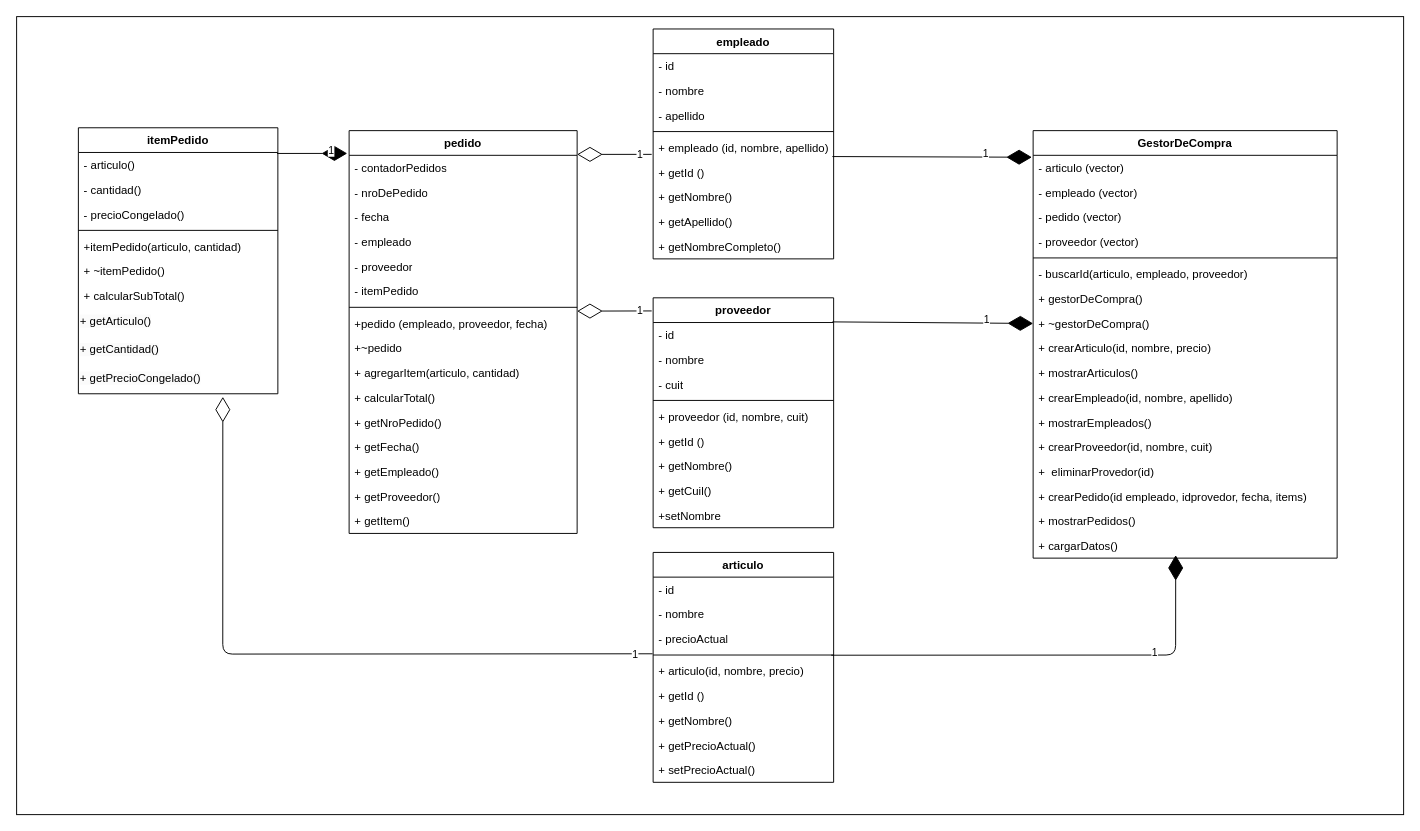
This is itemUML.drawio from FernandezPegoRocio/Algo-II-Parcial2, a draw.io file, before an edit. Source tidied: cells renumbered, new cells numbered last; positions are measured from the earlier drawing's top-left corner, leaving out a move shared by most shapes. Both pictures are drawn from the tidied source at 95%, with x=0, y=0 at pixel (16, 16).
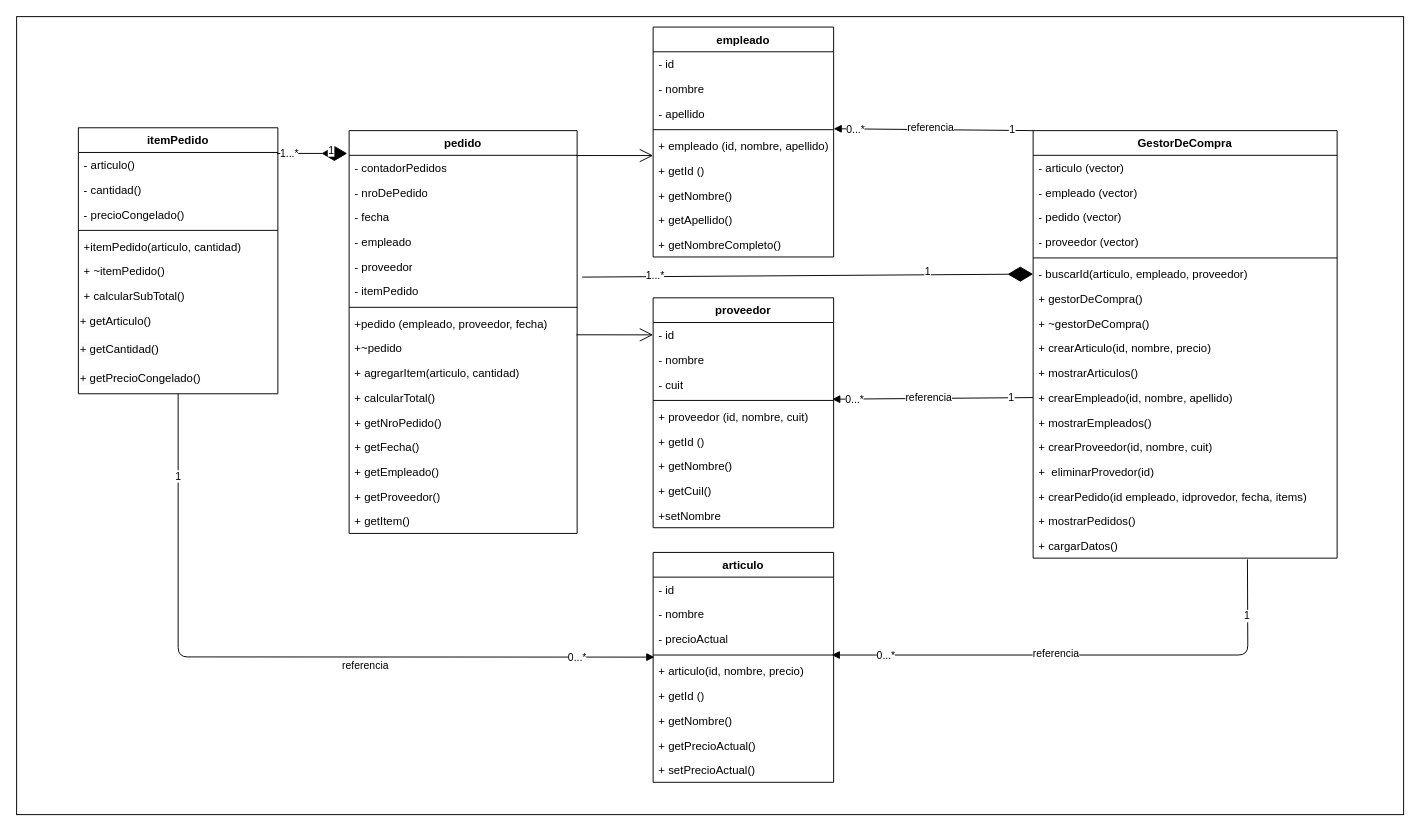
Above is the later version.

The change refers to these unchanged cells:
```xml
<mxCell id="3" value="GestorDeCompra" style="swimlane;fontStyle=1;align=center;verticalAlign=top;horizontal=1;startSize=26;whiteSpace=wrap;html=1;" parent="1" vertex="1">
  <mxGeometry x="1070" y="120" width="320" height="450" as="geometry" />
</mxCell>
<mxCell id="4" value="- articulo (vector)&lt;div&gt;&lt;br&gt;&lt;/div&gt;" style="text;strokeColor=none;fillColor=none;align=left;verticalAlign=top;spacingLeft=4;spacingRight=4;overflow=hidden;points=[[0,0.5],[1,0.5]];portConstraint=eastwest;whiteSpace=wrap;html=1;" parent="3" vertex="1">
  <mxGeometry y="26" width="320" height="26" as="geometry" />
</mxCell>
<mxCell id="9" value="&lt;div&gt;- buscarId(articulo, empleado, proveedor)&lt;/div&gt;" style="text;strokeColor=none;fillColor=none;align=left;verticalAlign=top;spacingLeft=4;spacingRight=4;overflow=hidden;points=[[0,0.5],[1,0.5]];portConstraint=eastwest;whiteSpace=wrap;html=1;" parent="3" vertex="1">
  <mxGeometry y="138" width="320" height="26" as="geometry" />
</mxCell>
<mxCell id="11" value="&lt;div&gt;+ ~gestorDeCompra()&lt;/div&gt;" style="text;strokeColor=none;fillColor=none;align=left;verticalAlign=top;spacingLeft=4;spacingRight=4;overflow=hidden;points=[[0,0.5],[1,0.5]];portConstraint=eastwest;whiteSpace=wrap;html=1;" parent="3" vertex="1">
  <mxGeometry y="190" width="320" height="26" as="geometry" />
</mxCell>
<mxCell id="14" value="&lt;div&gt;+ crearEmpleado(id, nombre, apellido)&lt;/div&gt;" style="text;strokeColor=none;fillColor=none;align=left;verticalAlign=top;spacingLeft=4;spacingRight=4;overflow=hidden;points=[[0,0.5],[1,0.5]];portConstraint=eastwest;whiteSpace=wrap;html=1;" parent="3" vertex="1">
  <mxGeometry y="268" width="320" height="26" as="geometry" />
</mxCell>
<mxCell id="20" value="&lt;div&gt;+ cargarDatos()&lt;/div&gt;" style="text;strokeColor=none;fillColor=none;align=left;verticalAlign=top;spacingLeft=4;spacingRight=4;overflow=hidden;points=[[0,0.5],[1,0.5]];portConstraint=eastwest;whiteSpace=wrap;html=1;" parent="3" vertex="1">
  <mxGeometry y="424" width="320" height="26" as="geometry" />
</mxCell>
<mxCell id="31" value="&lt;span style=&quot;color: rgb(0, 0, 0); font-family: Helvetica; font-size: 12px; font-style: normal; font-variant-ligatures: normal; font-variant-caps: normal; font-weight: 400; letter-spacing: normal; orphans: 2; text-align: left; text-indent: 0px; text-transform: none; widows: 2; word-spacing: 0px; -webkit-text-stroke-width: 0px; white-space: normal; background-color: rgb(251, 251, 251); text-decoration-thickness: initial; text-decoration-style: initial; text-decoration-color: initial; float: none; display: inline !important;&quot;&gt;+ getPrecioCongelado()&lt;/span&gt;" style="text;whiteSpace=wrap;html=1;" parent="21" vertex="1">
  <mxGeometry y="250" width="210" height="30" as="geometry" />
</mxCell>
<mxCell id="37" value="+ empleado (id, nombre, apellido)" style="text;strokeColor=none;fillColor=none;align=left;verticalAlign=top;spacingLeft=4;spacingRight=4;overflow=hidden;points=[[0,0.5],[1,0.5]];portConstraint=eastwest;whiteSpace=wrap;html=1;" parent="32" vertex="1">
  <mxGeometry y="112" width="190" height="26" as="geometry" />
</mxCell>
<mxCell id="42" value="proveedor" style="swimlane;fontStyle=1;align=center;verticalAlign=top;horizontal=1;startSize=26;whiteSpace=wrap;html=1;" parent="1" vertex="1">
  <mxGeometry x="670" y="296" width="190" height="242" as="geometry" />
</mxCell>
<mxCell id="43" value="&lt;div&gt;- id&lt;/div&gt;" style="text;strokeColor=none;fillColor=none;align=left;verticalAlign=top;spacingLeft=4;spacingRight=4;overflow=hidden;points=[[0,0.5],[1,0.5]];portConstraint=eastwest;whiteSpace=wrap;html=1;" parent="42" vertex="1">
  <mxGeometry y="26" width="190" height="26" as="geometry" />
</mxCell>
<mxCell id="46" style="line;strokeWidth=1;fillColor=none;align=left;verticalAlign=middle;spacingTop=-1;spacingLeft=3;spacingRight=3;labelPosition=right;points=[];portConstraint=eastwest;strokeColor=inherit;" parent="42" vertex="1">
  <mxGeometry y="104" width="190" height="8" as="geometry" />
</mxCell>
<mxCell id="53" value="&lt;div&gt;- contadorPedidos&lt;/div&gt;" style="text;strokeColor=none;fillColor=none;align=left;verticalAlign=top;spacingLeft=4;spacingRight=4;overflow=hidden;points=[[0,0.5],[1,0.5]];portConstraint=eastwest;whiteSpace=wrap;html=1;" parent="52" vertex="1">
  <mxGeometry y="26" width="240" height="26" as="geometry" />
</mxCell>
<mxCell id="57" value="&lt;div&gt;- proveedor&lt;/div&gt;" style="text;strokeColor=none;fillColor=none;align=left;verticalAlign=top;spacingLeft=4;spacingRight=4;overflow=hidden;points=[[0,0.5],[1,0.5]];portConstraint=eastwest;whiteSpace=wrap;html=1;" parent="52" vertex="1">
  <mxGeometry y="130" width="240" height="26" as="geometry" />
</mxCell>
<mxCell id="59" style="line;strokeWidth=1;fillColor=none;align=left;verticalAlign=middle;spacingTop=-1;spacingLeft=3;spacingRight=3;labelPosition=right;points=[];portConstraint=eastwest;strokeColor=inherit;" parent="52" vertex="1">
  <mxGeometry y="182" width="240" height="8" as="geometry" />
</mxCell>
<mxCell id="60" value="&lt;div&gt;+pedido (empleado, proveedor, fecha)&lt;/div&gt;" style="text;strokeColor=none;fillColor=none;align=left;verticalAlign=top;spacingLeft=4;spacingRight=4;overflow=hidden;points=[[0,0.5],[1,0.5]];portConstraint=eastwest;whiteSpace=wrap;html=1;" parent="52" vertex="1">
  <mxGeometry y="190" width="240" height="26" as="geometry" />
</mxCell>
<mxCell id="72" value="- precioActual" style="text;strokeColor=none;fillColor=none;align=left;verticalAlign=top;spacingLeft=4;spacingRight=4;overflow=hidden;points=[[0,0.5],[1,0.5]];portConstraint=eastwest;whiteSpace=wrap;html=1;" parent="69" vertex="1">
  <mxGeometry y="78" width="190" height="26" as="geometry" />
</mxCell>
<mxCell id="74" value="+ articulo(id, nombre, precio)" style="text;strokeColor=none;fillColor=none;align=left;verticalAlign=top;spacingLeft=4;spacingRight=4;overflow=hidden;points=[[0,0.5],[1,0.5]];portConstraint=eastwest;whiteSpace=wrap;html=1;" parent="69" vertex="1">
  <mxGeometry y="112" width="190" height="26" as="geometry" />
</mxCell>
<mxCell id="91" style="endArrow=diamondThin;endFill=1;endSize=24;html=1;exitX=0.996;exitY=0.04;exitDx=0;exitDy=0;exitPerimeter=0;" parent="1" edge="1" source="22">
  <mxGeometry relative="1" as="geometry">
    <mxPoint x="348" y="144" as="targetPoint" />
  </mxGeometry>
</mxCell>
```

Diff of the diagram source:
```diff
@@
     <mxCell id="32" value="empleado" style="swimlane;fontStyle=1;align=center;verticalAlign=top;horizontal=1;startSize=26;whiteSpace=wrap;html=1;" parent="1" vertex="1">
-      <mxGeometry x="670" y="13" width="190" height="242" as="geometry" />
+      <mxGeometry x="670" y="11" width="190" height="242" as="geometry" />
     </mxCell>
@@
-    <mxCell id="79" style="endArrow=diamondThin;endFill=1;endSize=24;html=1;exitX=0.993;exitY=1.013;exitDx=0;exitDy=0;exitPerimeter=0;entryX=-0.004;entryY=0.077;entryDx=0;entryDy=0;entryPerimeter=0;" parent="1" edge="1" target="4">
-      <mxGeometry relative="1" as="geometry">
-        <mxPoint x="858.7" y="147.3" as="sourcePoint" />
-      </mxGeometry>
-    </mxCell>
-    <mxCell id="80" value="1" style="edgeLabel;html=1;align=center;verticalAlign=middle;" parent="79" vertex="1">
-      <mxGeometry x="0.53" y="4" relative="1" as="geometry" />
-    </mxCell>
-    <mxCell id="81" style="endArrow=diamondThin;endFill=1;endSize=24;html=1;exitX=0.993;exitY=-0.026;exitDx=0;exitDy=0;exitPerimeter=0;entryX=0;entryY=0.5;entryDx=0;entryDy=0;" parent="1" edge="1" source="43" target="11">
-      <mxGeometry relative="1" as="geometry" />
-    </mxCell>
-    <mxCell id="82" value="1" style="edgeLabel;html=1;align=center;verticalAlign=middle;" parent="81" vertex="1">
-      <mxGeometry x="0.53" y="4" relative="1" as="geometry" />
-    </mxCell>
-    <mxCell id="83" style="endArrow=diamondThin;endFill=1;endSize=24;html=1;exitX=0.987;exitY=0.278;exitDx=0;exitDy=0;exitPerimeter=0;entryX=0.469;entryY=0.879;entryDx=0;entryDy=0;entryPerimeter=0;" parent="1" edge="1" target="20">
-      <mxGeometry relative="1" as="geometry">
-        <mxPoint x="857.5" y="672.2" as="sourcePoint" />
-        <Array as="points">
-          <mxPoint x="1220" y="672" />
-        </Array>
-      </mxGeometry>
-    </mxCell>
-    <mxCell id="84" value="1" style="edgeLabel;html=1;align=center;verticalAlign=middle;" parent="83" vertex="1">
-      <mxGeometry x="0.53" y="4" relative="1" as="geometry">
-        <mxPoint x="-18" as="offset" />
-      </mxGeometry>
-    </mxCell>
-    <mxCell id="85" style="endArrow=diamondThin;endFill=0;endSize=24;html=1;exitX=-0.008;exitY=0.769;exitDx=0;exitDy=0;exitPerimeter=0;" parent="1" edge="1" source="37">
-      <mxGeometry relative="1" as="geometry">
-        <mxPoint x="590" y="145" as="targetPoint" />
-      </mxGeometry>
-    </mxCell>
-    <mxCell id="86" value="1" style="edgeLabel;html=1;align=center;verticalAlign=middle;" parent="85" vertex="1">
-      <mxGeometry x="-0.68" relative="1" as="geometry" />
-    </mxCell>
-    <mxCell id="87" style="endArrow=diamondThin;endFill=0;endSize=24;html=1;exitX=-0.008;exitY=0.057;exitDx=0;exitDy=0;exitPerimeter=0;entryX=1;entryY=1;entryDx=0;entryDy=0;entryPerimeter=0;" parent="1" edge="1" source="42" target="59">
-      <mxGeometry relative="1" as="geometry" />
-    </mxCell>
-    <mxCell id="88" value="1" style="edgeLabel;html=1;align=center;verticalAlign=middle;" parent="87" vertex="1">
-      <mxGeometry x="-0.68" relative="1" as="geometry" />
-    </mxCell>
-    <mxCell id="89" style="endArrow=diamondThin;endFill=0;endSize=24;html=1;entryX=0.724;entryY=1.108;entryDx=0;entryDy=0;entryPerimeter=0;exitX=-0.003;exitY=1.104;exitDx=0;exitDy=0;exitPerimeter=0;" parent="1" edge="1" source="72" target="31">
-      <mxGeometry relative="1" as="geometry">
-        <Array as="points">
-          <mxPoint x="217" y="671" />
-        </Array>
-      </mxGeometry>
-    </mxCell>
-    <mxCell id="90" value="1" style="edgeLabel;html=1;align=center;verticalAlign=middle;" parent="89" vertex="1">
-      <mxGeometry x="0.24" relative="1" as="geometry">
-        <mxPoint x="429" y="1" as="offset" />
-      </mxGeometry>
-    </mxCell>
@@
+    <mxCell id="93" value="1...*" style="edgeLabel;html=1;align=center;verticalAlign=middle;" parent="91" vertex="1">
+      <mxGeometry x="-0.68" y="1" relative="1" as="geometry" />
+    </mxCell>
+    <mxCell id="94" style="html=1;verticalAlign=bottom;labelBackgroundColor=none;endArrow=block;endFill=1;entryX=0.992;entryY=0.34;entryDx=0;entryDy=0;entryPerimeter=0;exitX=0;exitY=0.5;exitDx=0;exitDy=0;" parent="1" edge="1" source="14" target="46">
+      <mxGeometry relative="1" as="geometry" />
+    </mxCell>
+    <mxCell id="95" value="1" style="edgeLabel;html=1;align=center;verticalAlign=middle;" parent="94" vertex="1">
+      <mxGeometry x="-0.78" y="-1" relative="1" as="geometry" />
+    </mxCell>
+    <mxCell id="96" value="0...*" style="edgeLabel;html=1;align=center;verticalAlign=middle;" parent="94" vertex="1">
+      <mxGeometry x="0.79" relative="1" as="geometry" />
+    </mxCell>
+    <mxCell id="97" value="referencia" style="edgeLabel;html=1;align=center;verticalAlign=middle;" parent="94" vertex="1">
+      <mxGeometry x="0.18" y="-5" relative="1" as="geometry">
+        <mxPoint x="15" y="3" as="offset" />
+      </mxGeometry>
+    </mxCell>
+    <mxCell id="98" style="html=1;verticalAlign=bottom;labelBackgroundColor=none;endArrow=block;endFill=1;exitX=0;exitY=0;exitDx=0;exitDy=0;" parent="1" edge="1" source="3">
+      <mxGeometry relative="1" as="geometry">
+        <mxPoint x="860" y="118" as="targetPoint" />
+      </mxGeometry>
+    </mxCell>
+    <mxCell id="99" value="1" style="edgeLabel;html=1;align=center;verticalAlign=middle;" parent="98" vertex="1">
+      <mxGeometry x="-0.78" y="-1" relative="1" as="geometry" />
+    </mxCell>
+    <mxCell id="100" value="0...*" style="edgeLabel;html=1;align=center;verticalAlign=middle;" parent="98" vertex="1">
+      <mxGeometry x="0.79" relative="1" as="geometry" />
+    </mxCell>
+    <mxCell id="101" value="referencia" style="edgeLabel;html=1;align=center;verticalAlign=middle;" parent="98" vertex="1">
+      <mxGeometry x="0.18" y="-5" relative="1" as="geometry">
+        <mxPoint x="15" y="3" as="offset" />
+      </mxGeometry>
+    </mxCell>
+    <mxCell id="102" style="html=1;verticalAlign=bottom;labelBackgroundColor=none;endArrow=block;endFill=1;entryX=0.992;entryY=0.34;entryDx=0;entryDy=0;entryPerimeter=0;exitX=0.705;exitY=1.052;exitDx=0;exitDy=0;exitPerimeter=0;" parent="1" edge="1" source="20">
+      <mxGeometry relative="1" as="geometry">
+        <mxPoint x="858" y="672" as="targetPoint" />
+        <Array as="points">
+          <mxPoint x="1296" y="672" />
+        </Array>
+      </mxGeometry>
+    </mxCell>
+    <mxCell id="103" value="1" style="edgeLabel;html=1;align=center;verticalAlign=middle;" parent="102" vertex="1">
+      <mxGeometry x="-0.78" y="-1" relative="1" as="geometry" />
+    </mxCell>
+    <mxCell id="104" value="0...*" style="edgeLabel;html=1;align=center;verticalAlign=middle;" parent="102" vertex="1">
+      <mxGeometry x="0.79" relative="1" as="geometry" />
+    </mxCell>
+    <mxCell id="105" value="referencia" style="edgeLabel;html=1;align=center;verticalAlign=middle;" parent="102" vertex="1">
+      <mxGeometry x="0.18" y="-5" relative="1" as="geometry">
+        <mxPoint x="15" y="3" as="offset" />
+      </mxGeometry>
+    </mxCell>
+    <mxCell id="106" style="endArrow=diamondThin;endFill=1;endSize=24;html=1;exitX=1.022;exitY=0.931;exitDx=0;exitDy=0;exitPerimeter=0;entryX=0;entryY=0.5;entryDx=0;entryDy=0;" parent="1" edge="1" source="57" target="9">
+      <mxGeometry relative="1" as="geometry" />
+    </mxCell>
+    <mxCell id="107" value="1" style="edgeLabel;html=1;align=center;verticalAlign=middle;" parent="106" vertex="1">
+      <mxGeometry x="0.53" y="4" relative="1" as="geometry" />
+    </mxCell>
+    <mxCell id="108" value="1...*" style="edgeLabel;html=1;align=center;verticalAlign=middle;" parent="106" vertex="1">
+      <mxGeometry x="-0.68" y="1" relative="1" as="geometry" />
+    </mxCell>
+    <mxCell id="109" style="html=1;verticalAlign=bottom;labelBackgroundColor=none;endArrow=block;endFill=1;entryX=0.007;entryY=-0.069;entryDx=0;entryDy=0;entryPerimeter=0;exitX=0.5;exitY=1;exitDx=0;exitDy=0;" parent="1" edge="1" source="31" target="74">
+      <mxGeometry relative="1" as="geometry">
+        <Array as="points">
+          <mxPoint x="170" y="674" />
+        </Array>
+      </mxGeometry>
+    </mxCell>
+    <mxCell id="110" value="1" style="edgeLabel;html=1;align=center;verticalAlign=middle;" parent="109" vertex="1">
+      <mxGeometry x="-0.78" y="-1" relative="1" as="geometry" />
+    </mxCell>
+    <mxCell id="111" value="0...*" style="edgeLabel;html=1;align=center;verticalAlign=middle;" parent="109" vertex="1">
+      <mxGeometry x="0.79" relative="1" as="geometry" />
+    </mxCell>
+    <mxCell id="112" value="referencia" style="edgeLabel;html=1;align=center;verticalAlign=middle;" parent="109" vertex="1">
+      <mxGeometry x="0.18" y="-5" relative="1" as="geometry">
+        <mxPoint x="15" y="3" as="offset" />
+      </mxGeometry>
+    </mxCell>
+    <mxCell id="113" style="endArrow=open;endFill=1;endSize=12;html=1;entryX=0;entryY=0.5;entryDx=0;entryDy=0;exitX=0.997;exitY=0.958;exitDx=0;exitDy=0;exitPerimeter=0;" parent="1" edge="1" source="60" target="43">
+      <mxGeometry relative="1" as="geometry" />
+    </mxCell>
+    <mxCell id="114" style="endArrow=open;endFill=1;endSize=12;html=1;entryX=0;entryY=0.894;entryDx=0;entryDy=0;exitX=0.995;exitY=0.009;exitDx=0;exitDy=0;exitPerimeter=0;entryPerimeter=0;" parent="1" edge="1" source="53" target="37">
+      <mxGeometry relative="1" as="geometry" />
+    </mxCell>
```
